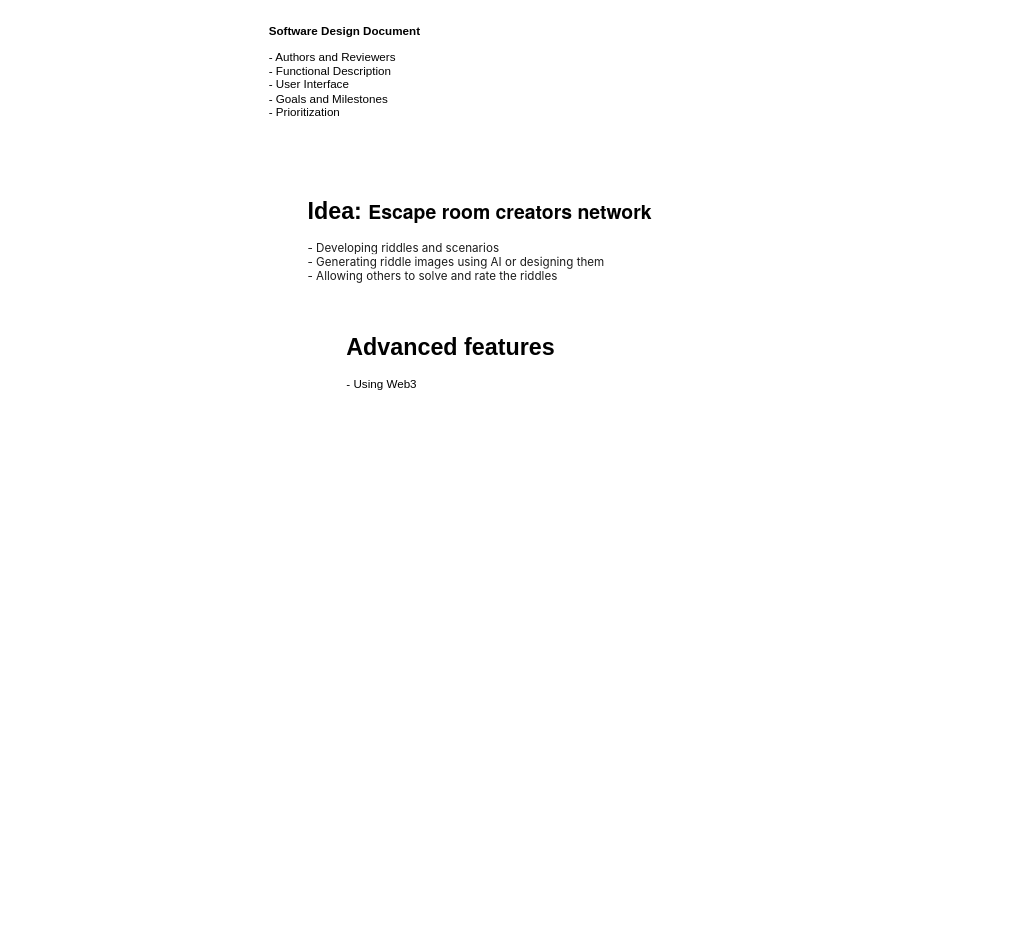
Above: page "Page-1" (1 of 2) of jigsaw.drawio in esa-kian/jigsaw (draw.io), before the change. Source tidied: cells renumbered, new cells numbered last; positions are measured from the earlier drawing's top-left corner, leaving out a move shared by most shapes. Both pictures are drawn from the tidied source at 97%, with x=0, y=0 at pixel (238, 16). Pictures stored in the file or linked from it are replaced by grey dashed boxes.
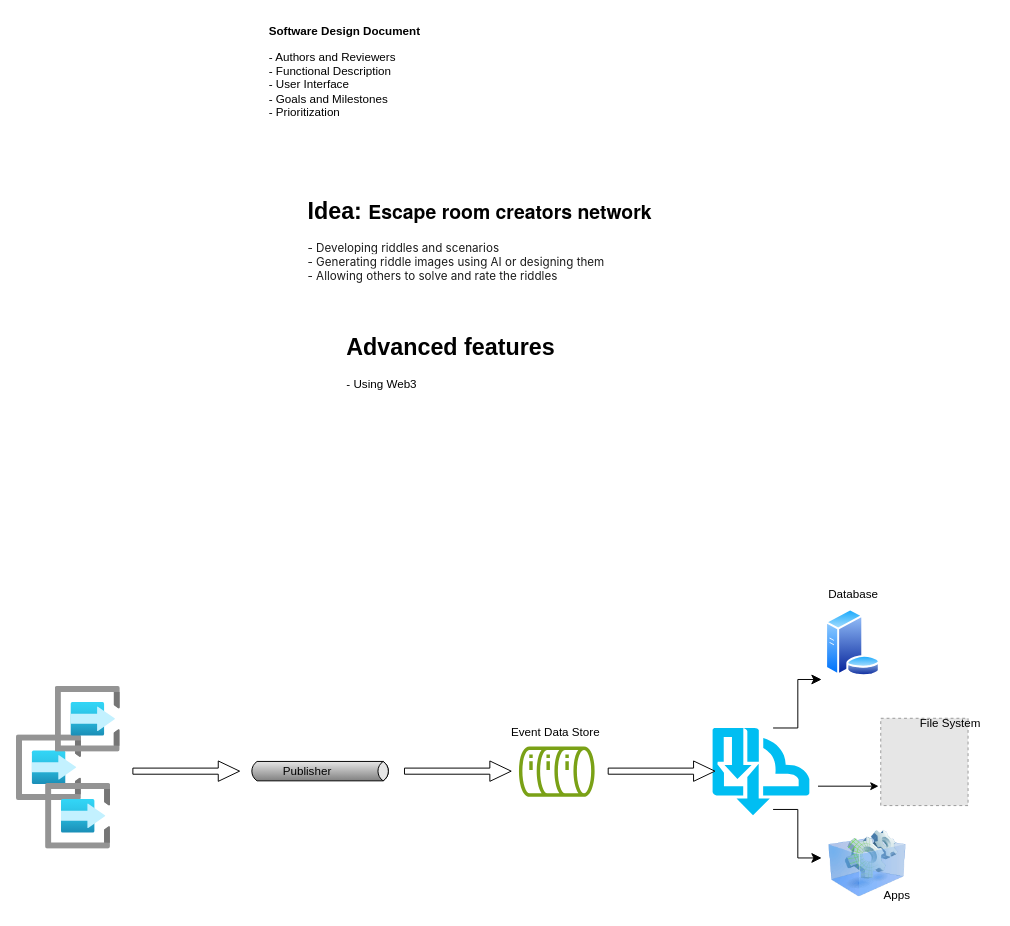
Above is the later version.

The edit, as a diff of the source:
```diff
@@
+    <mxCell id="6" style="image;perimeter=ellipsePerimeter;html=1;align=center;shadow=0;dashed=0;spacingTop=3;image=img/lib/active_directory/database_server.svg;" parent="1" vertex="1">
+      <mxGeometry x="605.1" y="610" width="57.4" height="70" as="geometry" />
+    </mxCell>
+    <mxCell id="7" style="image;html=1;image=img/lib/clip_art/computers/Virtual_Application_128x128.png;" parent="1" vertex="1">
+      <mxGeometry x="608.5" y="833" width="80" height="80" as="geometry" />
+    </mxCell>
+    <mxCell id="8" style="fillColor=#E6E6E6;strokeColor=#999999;dashed=1;html=1;verticalAlign=top;verticalLabelPosition=bottom;labelBackgroundColor=#ffffff;" parent="1" vertex="1">
+      <mxGeometry x="662.5" y="723" width="90" height="90" as="geometry" />
+    </mxCell>
+    <mxCell id="9" style="sketch=0;fontColor=#232F3E;gradientColor=none;fillColor=#7AA116;strokeColor=none;dashed=0;verticalLabelPosition=bottom;verticalAlign=top;align=center;html=1;fontSize=12;fontStyle=0;shape=mxgraph.aws4.iot_analytics_data_store;rotation=90;" parent="1" vertex="1">
+      <mxGeometry x="301.5" y="739" width="54" height="78" as="geometry" />
+    </mxCell>
+    <mxCell id="10" style="verticalLabelPosition=bottom;html=1;verticalAlign=top;align=center;strokeColor=none;fillColor=#00BEF2;shape=mxgraph.azure.service_bus_topics_and_subscriptions;" parent="1" vertex="1">
+      <mxGeometry x="489" y="733" width="100" height="90" as="geometry" />
+    </mxCell>
+    <mxCell id="11" style="image;html=1;align=center;fontSize=12;image=img/lib/azure2/iot/Time_Series_Insights_Event_Sources.svg;" parent="1" vertex="1">
+      <mxGeometry x="-228.5" y="740" width="67" height="68" as="geometry" />
+    </mxCell>
+    <mxCell id="12" style="image;html=1;align=center;fontSize=12;image=img/lib/azure2/iot/Time_Series_Insights_Event_Sources.svg;" parent="1" vertex="1">
+      <mxGeometry x="-198.5" y="790" width="67" height="68" as="geometry" />
+    </mxCell>
+    <mxCell id="13" style="image;html=1;align=center;fontSize=12;image=img/lib/azure2/iot/Time_Series_Insights_Event_Sources.svg;" parent="1" vertex="1">
+      <mxGeometry x="-188.5" y="690" width="67" height="68" as="geometry" />
+    </mxCell>
+    <mxCell id="14" style="strokeWidth=1;dashed=0;align=center;html=1;fontSize=8;shape=mxgraph.eip.messageChannel;verticalLabelPosition=bottom;labelBackgroundColor=#ffffff;verticalAlign=top;" parent="1" vertex="1">
+      <mxGeometry x="11.5" y="660" width="146" height="235" as="geometry" />
+    </mxCell>
+    <mxCell id="15" style="shape=singleArrow;whiteSpace=wrap;html=1;" parent="1" vertex="1">
+      <mxGeometry x="-108.5" y="767" width="110" height="21" as="geometry" />
+    </mxCell>
+    <mxCell id="16" value="Publisher" style="text;html=1;align=center;verticalAlign=middle;strokeColor=none;fillColor=none;" parent="1" vertex="1">
+      <mxGeometry x="35.5" y="763" width="70" height="30" as="geometry" />
+    </mxCell>
+    <mxCell id="17" style="shape=singleArrow;whiteSpace=wrap;html=1;" parent="1" vertex="1">
+      <mxGeometry x="171.5" y="767" width="110" height="21" as="geometry" />
+    </mxCell>
+    <mxCell id="18" style="shape=singleArrow;whiteSpace=wrap;html=1;" parent="1" vertex="1">
+      <mxGeometry x="381.5" y="767" width="110" height="21" as="geometry" />
+    </mxCell>
+    <mxCell id="19" value="Event Data Store" style="text;html=1;align=center;verticalAlign=middle;strokeColor=none;fillColor=none;" parent="1" vertex="1">
+      <mxGeometry x="271.5" y="723" width="110" height="30" as="geometry" />
+    </mxCell>
+    <mxCell id="20" style="edgeStyle=elbowEdgeStyle;elbow=horizontal;endArrow=classic;html=1;curved=0;rounded=0;endSize=8;startSize=8;" parent="1" edge="1">
+      <mxGeometry relative="1" as="geometry">
+        <mxPoint x="551.5" y="733" as="sourcePoint" />
+        <mxPoint x="601.5" y="683" as="targetPoint" />
+      </mxGeometry>
+    </mxCell>
+    <mxCell id="21" style="endArrow=classic;html=1;rounded=0;" parent="1" edge="1">
+      <mxGeometry relative="1" as="geometry">
+        <mxPoint x="597.8" y="793" as="sourcePoint" />
+        <mxPoint x="660.2" y="793" as="targetPoint" />
+      </mxGeometry>
+    </mxCell>
+    <mxCell id="22" style="edgeStyle=elbowEdgeStyle;elbow=horizontal;endArrow=classic;html=1;curved=0;rounded=0;endSize=8;startSize=8;" parent="1" edge="1">
+      <mxGeometry relative="1" as="geometry">
+        <mxPoint x="551.5" y="817" as="sourcePoint" />
+        <mxPoint x="601.5" y="867" as="targetPoint" />
+      </mxGeometry>
+    </mxCell>
+    <mxCell id="23" value="Apps" style="text;html=1;align=center;verticalAlign=middle;strokeColor=none;fillColor=none;" parent="1" vertex="1">
+      <mxGeometry x="653.5" y="891" width="50" height="30" as="geometry" />
+    </mxCell>
+    <mxCell id="24" value="File System" style="text;html=1;align=center;verticalAlign=middle;strokeColor=none;fillColor=none;" parent="1" vertex="1">
+      <mxGeometry x="688.5" y="713" width="90" height="30" as="geometry" />
+    </mxCell>
+    <mxCell id="25" value="Database" style="text;html=1;align=center;verticalAlign=middle;strokeColor=none;fillColor=none;" parent="1" vertex="1">
+      <mxGeometry x="598.8" y="580" width="70" height="30" as="geometry" />
+    </mxCell>
```
